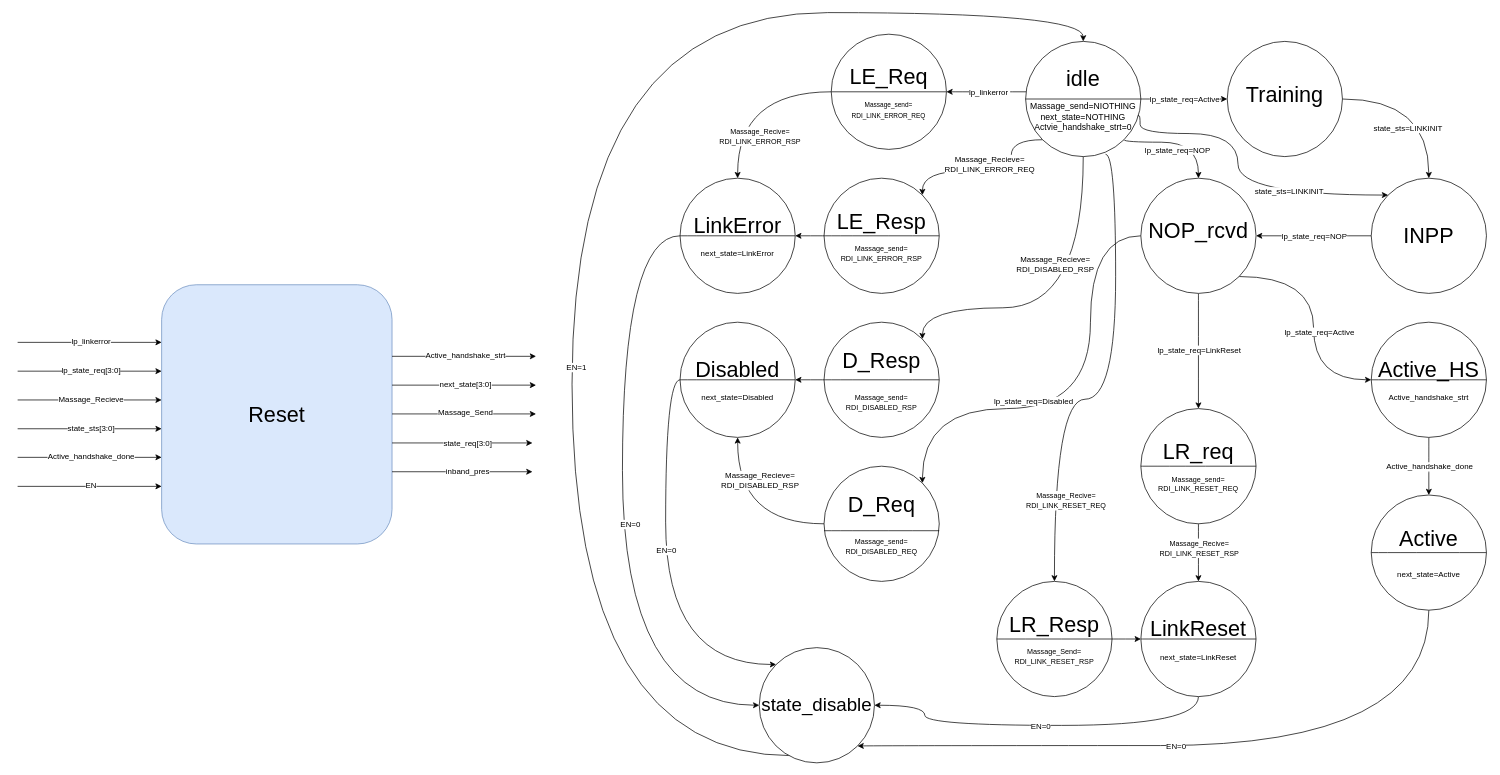
Before: page "Reset state" (12 of 21) of docs/SM/RDI_SM/RDI SM.drawio in AbdallahMoSalah/UCIe-3.0-PHY-layer, a draw.io diagram. Source tidied: cells renumbered, new cells numbered last; positions are measured from the earlier drawing's top-left corner, leaving out a move shared by most shapes. Both pictures are drawn from the tidied source at 72%, with x=0, y=0 at pixel (17, 12).
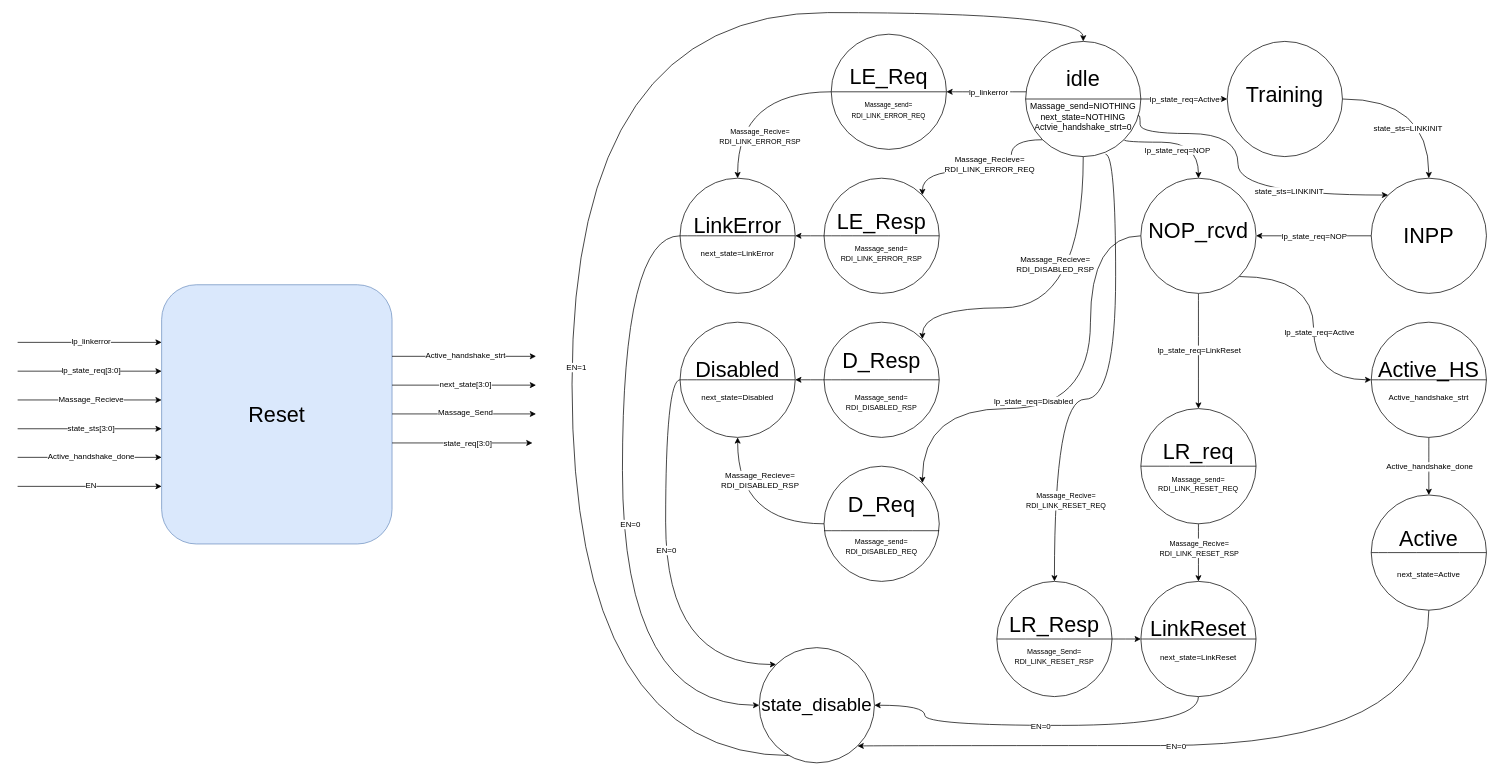
After the change.

Diff of the diagram source:
```diff
@@
-    <mxCell id="97" style="endArrow=classic;html=1;rounded=0;strokeColor=default;align=center;verticalAlign=middle;fontFamily=Helvetica;fontSize=11;fontColor=default;labelBackgroundColor=default;" parent="1" edge="1">
-      <mxGeometry relative="1" as="geometry">
-        <mxPoint x="520" y="637.7" as="sourcePoint" />
-        <mxPoint x="715" y="637.7" as="targetPoint" />
-      </mxGeometry>
-    </mxCell>
-    <mxCell id="98" value="inband_pres" style="edgeLabel;html=1;align=center;verticalAlign=middle;fontFamily=Helvetica;fontSize=11;fontColor=default;labelBackgroundColor=default;" parent="97" vertex="1">
-      <mxGeometry x="0.07" y="-4" relative="1" as="geometry">
-        <mxPoint y="-4" as="offset" />
-      </mxGeometry>
-    </mxCell>
```
